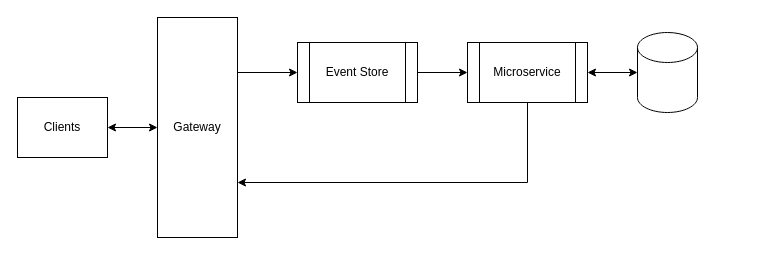
The draw.io diagram docs/platform.drawio in jdarling/ms-boilerplate, before the edit. Source tidied: cells renumbered, new cells numbered last; positions are measured from the earlier drawing's top-left corner, leaving out a move shared by most shapes. Both pictures are drawn from the tidied source at 100%, with x=0, y=0 at pixel (17, 17).
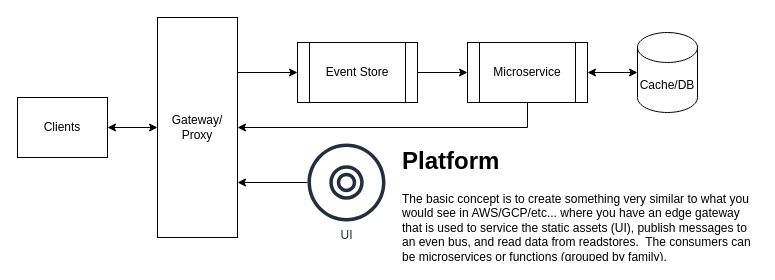
Above is the later version.

Commit message:
Add in UI and overview text

The edit, as a diff of the source:
```diff
@@
 <mxGraphModel>
   <root>
     <mxCell id="0" />
     <mxCell id="1" parent="0" />
     <mxCell id="2" style="edgeStyle=orthogonalEdgeStyle;rounded=0;jettySize=auto;html=1;entryX=0;entryY=0.5;entryDx=0;entryDy=0;exitX=1;exitY=0.25;exitDx=0;exitDy=0;" parent="1" edge="1" source="3" target="9">
       <mxGeometry relative="1" as="geometry" />
     </mxCell>
-    <mxCell id="3" value="Gateway" style="rounded=0;whiteSpace=wrap;html=1;" parent="1" vertex="1">
+    <mxCell id="3" value="Gateway/&lt;br&gt;Proxy" style="rounded=0;whiteSpace=wrap;html=1;" parent="1" vertex="1">
       <mxGeometry x="140" width="80" height="220" as="geometry" />
     </mxCell>
     <mxCell id="4" style="edgeStyle=orthogonalEdgeStyle;rounded=0;jettySize=auto;html=1;startArrow=classic;startFill=1;" parent="1" edge="1" source="6" target="7">
       <mxGeometry relative="1" as="geometry" />
     </mxCell>
-    <mxCell id="5" style="edgeStyle=orthogonalEdgeStyle;rounded=0;jettySize=auto;html=1;entryX=1;entryY=0.75;entryDx=0;entryDy=0;exitX=0.5;exitY=1;exitDx=0;exitDy=0;" parent="1" edge="1" source="6" target="3">
+    <mxCell id="5" style="edgeStyle=orthogonalEdgeStyle;rounded=0;jettySize=auto;html=1;entryX=1;entryY=0.5;entryDx=0;entryDy=0;exitX=0.5;exitY=1;exitDx=0;exitDy=0;" parent="1" edge="1" source="6" target="3">
       <mxGeometry relative="1" as="geometry" />
     </mxCell>
     <mxCell id="6" value="Microservice" style="shape=process;whiteSpace=wrap;html=1;backgroundOutline=1;" parent="1" vertex="1">
       <mxGeometry x="450" y="25" width="120" height="60" as="geometry" />
     </mxCell>
-    <mxCell id="7" style="shape=cylinder3;whiteSpace=wrap;html=1;boundedLbl=1;backgroundOutline=1;size=15;" parent="1" vertex="1">
+    <mxCell id="7" value="Cache/DB" style="shape=cylinder3;whiteSpace=wrap;html=1;boundedLbl=1;backgroundOutline=1;size=15;" parent="1" vertex="1">
       <mxGeometry x="620" y="15" width="60" height="80" as="geometry" />
     </mxCell>
     <mxCell id="8" style="edgeStyle=orthogonalEdgeStyle;rounded=0;jettySize=auto;html=1;" parent="1" edge="1" source="9" target="6">
       <mxGeometry relative="1" as="geometry" />
     </mxCell>
     <mxCell id="9" value="Event Store" style="shape=process;whiteSpace=wrap;html=1;backgroundOutline=1;" parent="1" vertex="1">
       <mxGeometry x="280" y="25" width="120" height="60" as="geometry" />
     </mxCell>
     <mxCell id="10" style="edgeStyle=orthogonalEdgeStyle;rounded=0;jettySize=auto;html=1;startArrow=classic;startFill=1;" parent="1" edge="1" source="11" target="3">
       <mxGeometry relative="1" as="geometry" />
     </mxCell>
     <mxCell id="11" value="Clients" style="rounded=0;whiteSpace=wrap;html=1;" parent="1" vertex="1">
       <mxGeometry y="80" width="90" height="60" as="geometry" />
     </mxCell>
+    <mxCell id="12" style="edgeStyle=orthogonalEdgeStyle;rounded=0;jettySize=auto;html=1;entryX=1;entryY=0.75;entryDx=0;entryDy=0;" parent="1" edge="1" source="13" target="3">
+      <mxGeometry relative="1" as="geometry" />
+    </mxCell>
+    <mxCell id="13" value="UI" style="sketch=0;outlineConnect=0;fontColor=#232F3E;gradientColor=none;fillColor=#232F3D;strokeColor=none;dashed=0;verticalLabelPosition=bottom;verticalAlign=top;align=center;html=1;fontSize=12;fontStyle=0;shape=mxgraph.aws4.disk;" parent="1" vertex="1">
+      <mxGeometry x="290" y="126" width="78" height="78" as="geometry" />
+    </mxCell>
+    <mxCell id="14" value="&lt;h1&gt;Platform&lt;/h1&gt;&lt;p&gt;The basic concept is to create something very similar to what you would see in AWS/GCP/etc... where you have an edge gateway that is used to service the static assets (UI), publish messages to an even bus, and read data from readstores.&amp;nbsp; The consumers can be microservices or functions (grouped by family).&lt;/p&gt;" style="text;html=1;strokeColor=none;fillColor=none;spacing=5;spacingTop=-20;whiteSpace=wrap;overflow=hidden;rounded=0;" parent="1" vertex="1">
+      <mxGeometry x="380" y="124" width="360" height="120" as="geometry" />
+    </mxCell>
   </root>
 </mxGraphModel>
```
